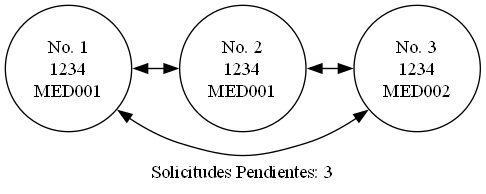
Earlier version of the Graphviz export Proyecto1/reporte_solicitudes.png (AndhreGE/EDD_1S2026_PY_202202055). Its source is kept beside it as Proyecto1/reporte_solicitudes.dot.
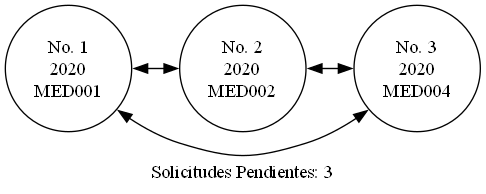
Later version of the same file.

The edit, as a diff of the source:
```diff
@@ -2,10 +2,10 @@
   rankdir=LR;
   node [shape=circle];
   label="Solicitudes Pendientes: 3";
-  sol0 [label="No. 1\n1234\nMED001"];
+  sol0 [label="No. 1\n2020\nMED001"];
   sol0 -> sol1 [dir=both];
-  sol1 [label="No. 2\n1234\nMED001"];
+  sol1 [label="No. 2\n2020\nMED002"];
   sol1 -> sol2 [dir=both];
-  sol2 [label="No. 3\n1234\nMED002"];
+  sol2 [label="No. 3\n2020\nMED004"];
   sol2 -> sol0 [dir=both, constraint=false];
 }
```
